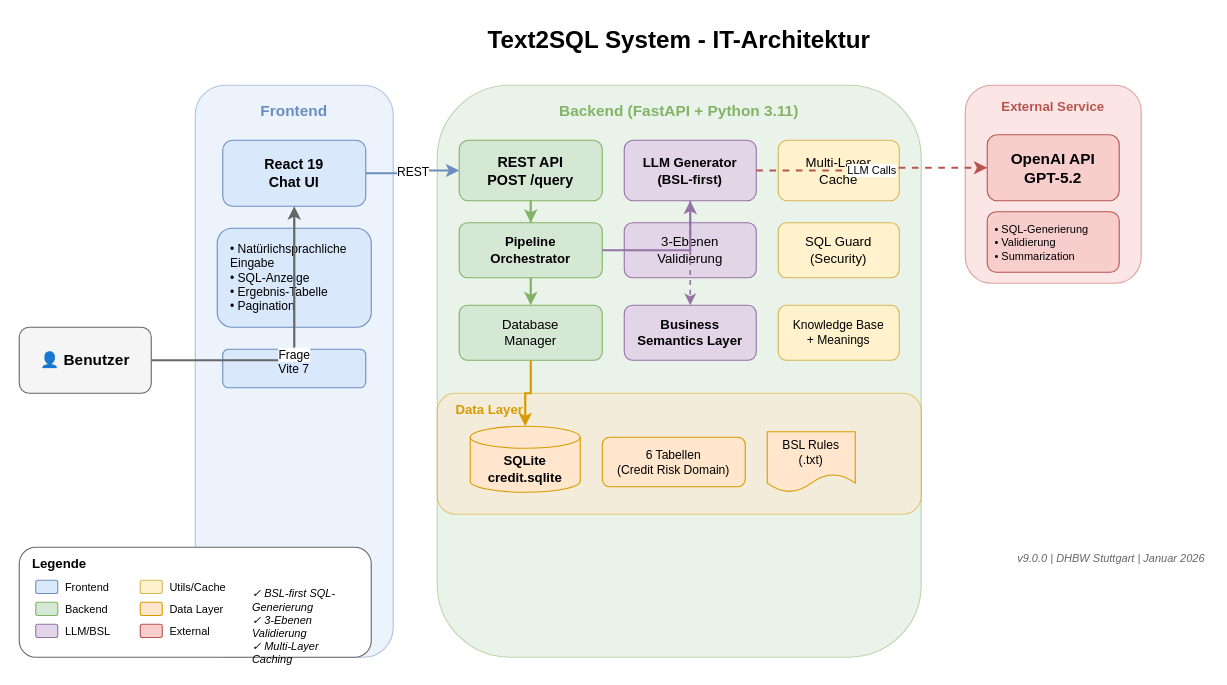
This is docs/IT_ARCHITEKTUR_v3_PPT.drawio from JoelRai07/Projekt-Vetter-SQL, a draw.io file, before an edit. Source tidied: cells renumbered, new cells numbered last; positions are measured from the earlier drawing's top-left corner, leaving out a move shared by most shapes. Both pictures are drawn from the tidied source at 110%, with x=0, y=0 at pixel (19, 19).
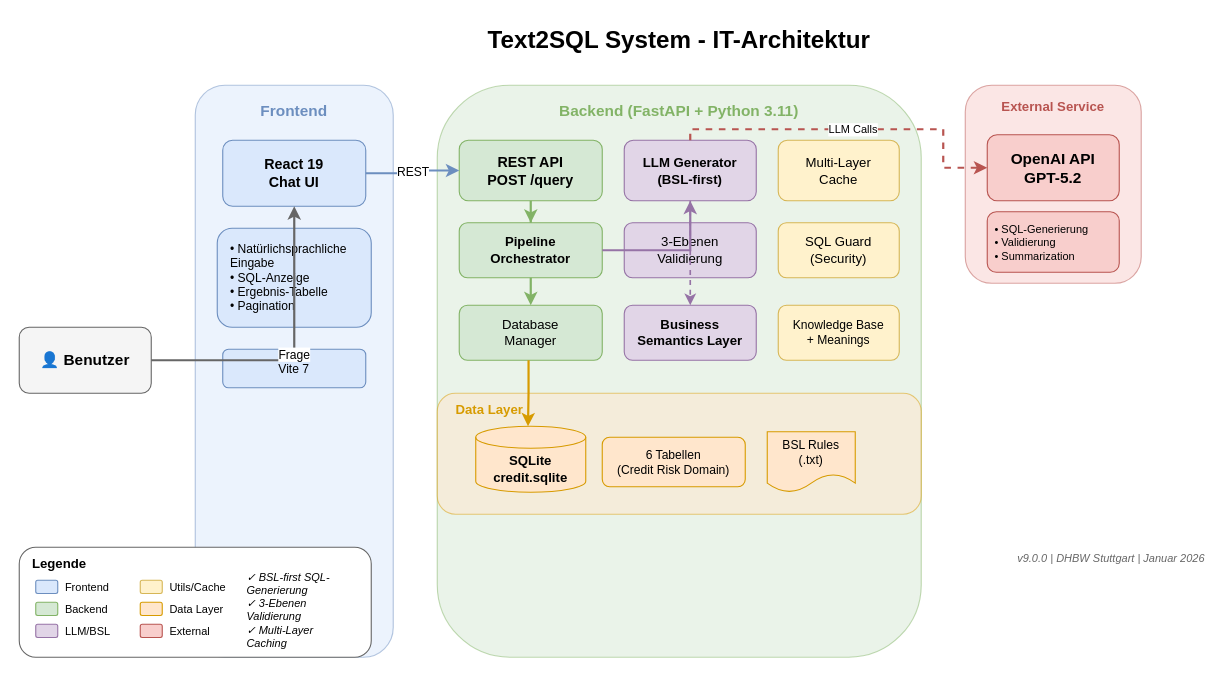
After the change.

Commit message (it also covers changes not shown here):
Hier neue Dateien

The change refers to these unchanged cells:
```xml
<mxCell id="13" value="LLM Generator&#10;(BSL-first)" style="rounded=1;whiteSpace=wrap;html=1;fillColor=#e1d5e7;strokeColor=#9673a6;fontSize=12;fontStyle=1;" parent="1" vertex="1">
  <mxGeometry x="550" y="110" width="120" height="55" as="geometry" />
</mxCell>
<mxCell id="17" value="Database&#10;Manager" style="rounded=1;whiteSpace=wrap;html=1;fillColor=#d5e8d4;strokeColor=#82b366;fontSize=12;" parent="1" vertex="1">
  <mxGeometry x="400" y="260" width="130" height="50" as="geometry" />
</mxCell>
<mxCell id="27" value="OpenAI API&#10;GPT-5.2" style="rounded=1;whiteSpace=wrap;html=1;fillColor=#f8cecc;strokeColor=#b85450;fontSize=14;fontStyle=1;" parent="1" vertex="1">
  <mxGeometry x="880" y="105" width="120" height="60" as="geometry" />
</mxCell>
```

The edit, as a diff of the source:
```diff
@@
     <mxCell id="22" value="SQLite&#10;credit.sqlite" style="shape=cylinder3;whiteSpace=wrap;html=1;boundedLbl=1;backgroundOutline=1;size=10;fillColor=#ffe6cc;strokeColor=#d79b00;fontSize=12;fontStyle=1;" parent="1" vertex="1">
-      <mxGeometry x="410" y="370" width="100" height="60" as="geometry" />
+      <mxGeometry x="415" y="370" width="100" height="60" as="geometry" />
     </mxCell>
@@
     <mxCell id="33" value="LLM Calls" style="edgeStyle=orthogonalEdgeStyle;rounded=0;jettySize=auto;html=1;strokeWidth=2;strokeColor=#b85450;dashed=1;fontSize=10;" parent="1" edge="1" source="13" target="27">
-      <mxGeometry relative="1" as="geometry" />
+      <mxGeometry relative="1" as="geometry">
+        <Array as="points">
+          <mxPoint x="610" y="100" />
+          <mxPoint x="840" y="100" />
+          <mxPoint x="840" y="135" />
+        </Array>
+      </mxGeometry>
     </mxCell>
@@
-    <mxCell id="35" style="edgeStyle=orthogonalEdgeStyle;rounded=0;jettySize=auto;html=1;strokeWidth=2;strokeColor=#d79b00;" parent="1" edge="1" source="17" target="22">
-      <mxGeometry relative="1" as="geometry" />
+    <mxCell id="35" style="edgeStyle=orthogonalEdgeStyle;rounded=0;orthogonalLoop=1;jettySize=auto;html=1;strokeWidth=2;strokeColor=#d79b00;" parent="1" edge="1">
+      <mxGeometry relative="1" as="geometry">
+        <mxPoint x="463" y="310" as="sourcePoint" />
+        <mxPoint x="462.5" y="370" as="targetPoint" />
+        <Array as="points">
+          <mxPoint x="463" y="310" />
+          <mxPoint x="463" y="340" />
+          <mxPoint x="463" y="340" />
+        </Array>
+      </mxGeometry>
     </mxCell>
@@
     <mxCell id="51" value="✓ BSL-first SQL-Generierung&#10;✓ 3-Ebenen Validierung&#10;✓ Multi-Layer Caching" style="text;html=1;strokeColor=none;fillColor=none;align=left;verticalAlign=top;whiteSpace=wrap;rounded=0;fontSize=10;fontStyle=2;" parent="1" vertex="1">
-      <mxGeometry x="210" y="510" width="100" height="55" as="geometry" />
+      <mxGeometry x="205" y="495" width="100" height="55" as="geometry" />
     </mxCell>
```
